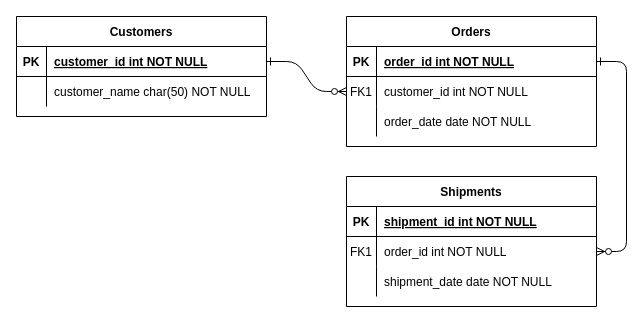
Before: Untitled Diagram.drawio in testeee1/test, a draw.io diagram. Source tidied: cells renumbered, new cells numbered last; positions are measured from the earlier drawing's top-left corner, leaving out a move shared by most shapes. Both pictures are drawn from the tidied source at 100%, with x=0, y=0 at pixel (16, 16).
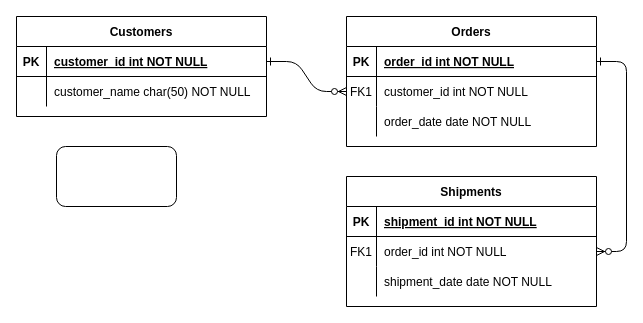
Above is the later version.

The edit, as a diff of the source:
```diff
@@
+    <mxCell id="31" style="rounded=1;whiteSpace=wrap;html=1;" parent="1" vertex="1">
+      <mxGeometry x="40" y="130" width="120" height="60" as="geometry" />
+    </mxCell>
```
